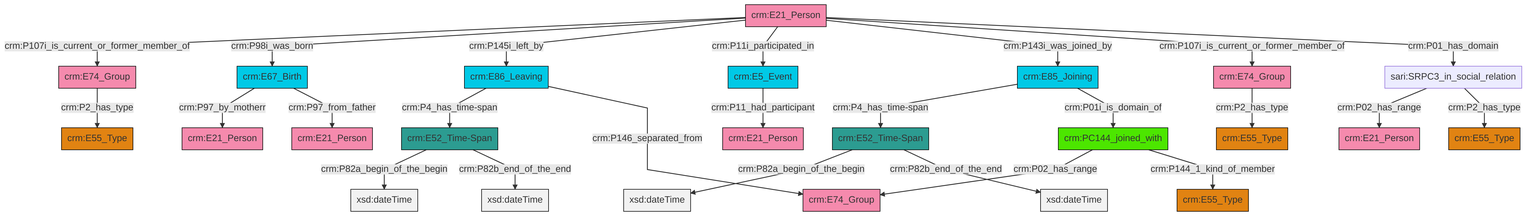
Before: et/personCSV/ttl/mmd/png/Person_Actor_Relations.png, a diagram exported from Mermaid (swiss-art-research-net/reference-data-models). Its source is kept beside it as et/personCSV/ttl/mmd/Person_Actor_Relations.ttl.mmd.
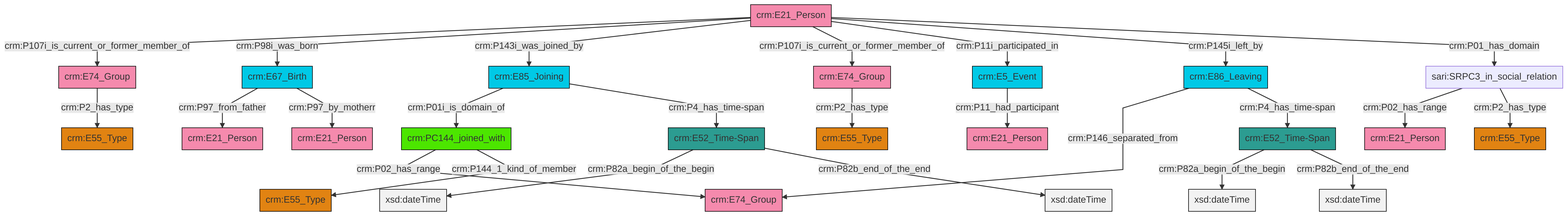
The same file after the commit.

The edit, as a diff of the source:
```diff
@@ -13,27 +13,27 @@
 classDef PC_Classes fill:#4ce600, stroke:#000000;
 classDef Multi fill:#cccccc,stroke:#000000;
 
-0["crm:E21_Person"]:::Actor -->|crm:P107i_is_current_or_former_member_of| 1["crm:E74_Group"]:::Actor
-2["crm:E52_Time-Span"]:::Time-Span -->|crm:P82a_begin_of_the_begin| 3[xsd:dateTime]:::Literal
-0["crm:E21_Person"]:::Actor -->|crm:P98i_was_born| 6["crm:E67_Birth"]:::Temporal_Entity
-0["crm:E21_Person"]:::Actor -->|crm:P145i_left_by| 9["crm:E86_Leaving"]:::Temporal_Entity
-14["crm:PC144_joined_with"]:::PC_Classes -->|crm:P02_has_range| 15["crm:E74_Group"]:::Actor
-14["crm:PC144_joined_with"]:::PC_Classes -->|crm:P144_1_kind_of_member| 16["crm:E55_Type"]:::Type
-18["crm:E52_Time-Span"]:::Time-Span -->|crm:P82a_begin_of_the_begin| 19[xsd:dateTime]:::Literal
-6["crm:E67_Birth"]:::Temporal_Entity -->|crm:P97_by_motherr| 22["crm:E21_Person"]:::Actor
-26["crm:E5_Event"]:::Temporal_Entity -->|crm:P11_had_participant| 27["crm:E21_Person"]:::Actor
-20["crm:E85_Joining"]:::Temporal_Entity -->|crm:P4_has_time-span| 18["crm:E52_Time-Span"]:::Time-Span
-7["sari:SRPC3_in_social_relation"]:::Default -->|crm:P02_has_range| 29["crm:E21_Person"]:::Actor
-0["crm:E21_Person"]:::Actor -->|crm:P11i_participated_in| 26["crm:E5_Event"]:::Temporal_Entity
-18["crm:E52_Time-Span"]:::Time-Span -->|crm:P82b_end_of_the_end| 33[xsd:dateTime]:::Literal
-1["crm:E74_Group"]:::Actor -->|crm:P2_has_type| 30["crm:E55_Type"]:::Type
-0["crm:E21_Person"]:::Actor -->|crm:P143i_was_joined_by| 20["crm:E85_Joining"]:::Temporal_Entity
-7["sari:SRPC3_in_social_relation"]:::Default -->|crm:P2_has_type| 10["crm:E55_Type"]:::Type
-9["crm:E86_Leaving"]:::Temporal_Entity -->|crm:P4_has_time-span| 2["crm:E52_Time-Span"]:::Time-Span
-0["crm:E21_Person"]:::Actor -->|crm:P107i_is_current_or_former_member_of| 12["crm:E74_Group"]:::Actor
-6["crm:E67_Birth"]:::Temporal_Entity -->|crm:P97_from_father| 4["crm:E21_Person"]:::Actor
-2["crm:E52_Time-Span"]:::Time-Span -->|crm:P82b_end_of_the_end| 38[xsd:dateTime]:::Literal
-0["crm:E21_Person"]:::Actor -->|crm:P01_has_domain| 7["sari:SRPC3_in_social_relation"]:::Default
-9["crm:E86_Leaving"]:::Temporal_Entity -->|crm:P146_separated_from| 15["crm:E74_Group"]:::Actor
-20["crm:E85_Joining"]:::Temporal_Entity -->|crm:P01i_is_domain_of| 14["crm:PC144_joined_with"]:::PC_Classes
-12["crm:E74_Group"]:::Actor -->|crm:P2_has_type| 39["crm:E55_Type"]:::Type
+2["crm:E21_Person"]:::Actor -->|crm:P107i_is_current_or_former_member_of| 9["crm:E74_Group"]:::Actor
+2["crm:E21_Person"]:::Actor -->|crm:P98i_was_born| 0["crm:E67_Birth"]:::Temporal_Entity
+10["crm:E85_Joining"]:::Temporal_Entity -->|crm:P01i_is_domain_of| 11["crm:PC144_joined_with"]:::PC_Classes
+14["crm:E52_Time-Span"]:::Time-Span -->|crm:P82a_begin_of_the_begin| 15[xsd:dateTime]:::Literal
+2["crm:E21_Person"]:::Actor -->|crm:P143i_was_joined_by| 10["crm:E85_Joining"]:::Temporal_Entity
+2["crm:E21_Person"]:::Actor -->|crm:P107i_is_current_or_former_member_of| 19["crm:E74_Group"]:::Actor
+2["crm:E21_Person"]:::Actor -->|crm:P11i_participated_in| 16["crm:E5_Event"]:::Temporal_Entity
+0["crm:E67_Birth"]:::Temporal_Entity -->|crm:P97_from_father| 21["crm:E21_Person"]:::Actor
+22["crm:E52_Time-Span"]:::Time-Span -->|crm:P82a_begin_of_the_begin| 23[xsd:dateTime]:::Literal
+24["crm:E86_Leaving"]:::Temporal_Entity -->|crm:P146_separated_from| 25["crm:E74_Group"]:::Actor
+10["crm:E85_Joining"]:::Temporal_Entity -->|crm:P4_has_time-span| 14["crm:E52_Time-Span"]:::Time-Span
+16["crm:E5_Event"]:::Temporal_Entity -->|crm:P11_had_participant| 28["crm:E21_Person"]:::Actor
+11["crm:PC144_joined_with"]:::PC_Classes -->|crm:P02_has_range| 25["crm:E74_Group"]:::Actor
+9["crm:E74_Group"]:::Actor -->|crm:P2_has_type| 12["crm:E55_Type"]:::Type
+19["crm:E74_Group"]:::Actor -->|crm:P2_has_type| 31["crm:E55_Type"]:::Type
+14["crm:E52_Time-Span"]:::Time-Span -->|crm:P82b_end_of_the_end| 34[xsd:dateTime]:::Literal
+24["crm:E86_Leaving"]:::Temporal_Entity -->|crm:P4_has_time-span| 22["crm:E52_Time-Span"]:::Time-Span
+2["crm:E21_Person"]:::Actor -->|crm:P145i_left_by| 24["crm:E86_Leaving"]:::Temporal_Entity
+2["crm:E21_Person"]:::Actor -->|crm:P01_has_domain| 29["sari:SRPC3_in_social_relation"]:::Default
+11["crm:PC144_joined_with"]:::PC_Classes -->|crm:P144_1_kind_of_member| 4["crm:E55_Type"]:::Type
+29["sari:SRPC3_in_social_relation"]:::Default -->|crm:P02_has_range| 32["crm:E21_Person"]:::Actor
+22["crm:E52_Time-Span"]:::Time-Span -->|crm:P82b_end_of_the_end| 41[xsd:dateTime]:::Literal
+29["sari:SRPC3_in_social_relation"]:::Default -->|crm:P2_has_type| 38["crm:E55_Type"]:::Type
+0["crm:E67_Birth"]:::Temporal_Entity -->|crm:P97_by_motherr| 6["crm:E21_Person"]:::Actor
```
